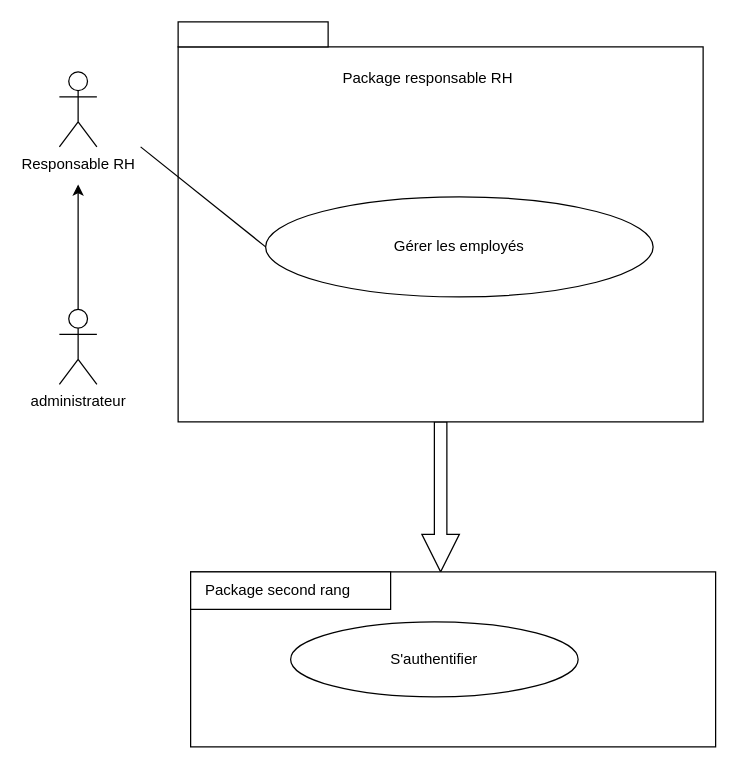
The draw.io diagram cas d'utilisation générale  reposable RH.drawio in AbdelazizBs/GPAO-SpringApp, before the edit. Source tidied: cells renumbered, new cells numbered last; positions are measured from the earlier drawing's top-left corner, leaving out a move shared by most shapes. Both pictures are drawn from the tidied source at 125%, with x=0, y=0 at pixel (59, 21).
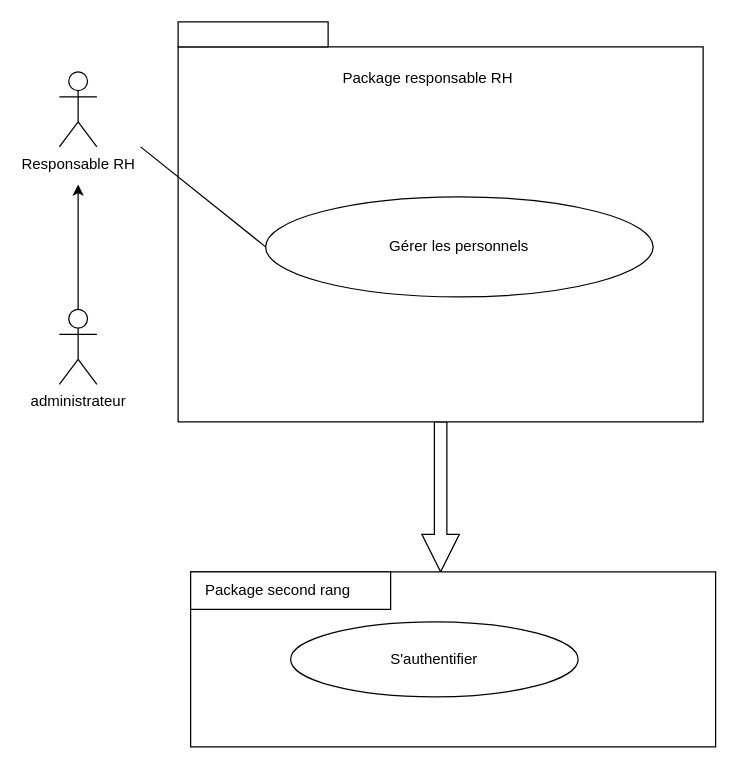
The same page after the edit.

Commit message:
Mettre à jour cas d'utilisation générale  reposable RH.drawio

What changed in the source:
```diff
@@
 <mxGraphModel>
   <root>
     <mxCell id="0" />
     <mxCell id="1" parent="0" />
     <mxCell id="2" style="edgeStyle=orthogonalEdgeStyle;rounded=0;jettySize=auto;html=1;shadow=0;shape=arrow;" parent="1" edge="1" source="3">
       <mxGeometry relative="1" as="geometry">
         <mxPoint x="305" y="440" as="targetPoint" />
       </mxGeometry>
     </mxCell>
     <mxCell id="3" style="rounded=0;whiteSpace=wrap;html=1;" parent="1" vertex="1">
       <mxGeometry x="95" y="20" width="420" height="300" as="geometry" />
     </mxCell>
     <mxCell id="4" value="Package responsable RH" style="text;html=1;strokeColor=none;fillColor=none;align=center;verticalAlign=middle;whiteSpace=wrap;rounded=0;" parent="1" vertex="1">
       <mxGeometry x="185" y="30" width="220" height="30" as="geometry" />
     </mxCell>
     <mxCell id="5" style="rounded=0;whiteSpace=wrap;html=1;" parent="1" vertex="1">
       <mxGeometry x="95" width="120" height="20" as="geometry" />
     </mxCell>
     <mxCell id="6" value="Responsable RH" style="shape=umlActor;verticalLabelPosition=bottom;verticalAlign=top;html=1;" parent="1" vertex="1">
       <mxGeometry y="40" width="30" height="60" as="geometry" />
     </mxCell>
     <mxCell id="7" style="edgeStyle=orthogonalEdgeStyle;rounded=0;jettySize=auto;html=1;" parent="1" edge="1" source="8">
       <mxGeometry relative="1" as="geometry">
         <mxPoint x="15" y="130" as="targetPoint" />
       </mxGeometry>
     </mxCell>
     <mxCell id="8" value="administrateur" style="shape=umlActor;verticalLabelPosition=bottom;verticalAlign=top;html=1;outlineConnect=0;" parent="1" vertex="1">
       <mxGeometry y="230" width="30" height="60" as="geometry" />
     </mxCell>
-    <mxCell id="9" value="Gérer les employés " style="ellipse;whiteSpace=wrap;html=1;" parent="1" vertex="1">
+    <mxCell id="9" value="Gérer les personnels" style="ellipse;whiteSpace=wrap;html=1;" parent="1" vertex="1">
       <mxGeometry x="165" y="140" width="310" height="80" as="geometry" />
     </mxCell>
     <mxCell id="10" value="&lt;span style=&quot;white-space: pre;&quot;&gt;&#9;&lt;/span&gt;" style="rounded=0;whiteSpace=wrap;html=1;" parent="1" vertex="1">
       <mxGeometry x="105" y="440" width="420" height="140" as="geometry" />
     </mxCell>
     <mxCell id="11" style="rounded=0;whiteSpace=wrap;html=1;" parent="1" vertex="1">
       <mxGeometry x="105" y="440" width="160" height="30" as="geometry" />
     </mxCell>
     <mxCell id="12" value="Package second rang" style="text;html=1;strokeColor=none;fillColor=none;align=center;verticalAlign=middle;whiteSpace=wrap;rounded=0;" parent="1" vertex="1">
       <mxGeometry x="105" y="440" width="140" height="30" as="geometry" />
     </mxCell>
     <mxCell id="13" value="S'authentifier" style="ellipse;whiteSpace=wrap;html=1;" parent="1" vertex="1">
       <mxGeometry x="185" y="480" width="230" height="60" as="geometry" />
     </mxCell>
     <mxCell id="14" style="endArrow=none;html=1;rounded=0;entryX=0;entryY=0.5;entryDx=0;entryDy=0;" parent="1" edge="1" target="9">
       <mxGeometry relative="1" as="geometry">
         <mxPoint x="65" y="100" as="sourcePoint" />
       </mxGeometry>
     </mxCell>
   </root>
 </mxGraphModel>
```
